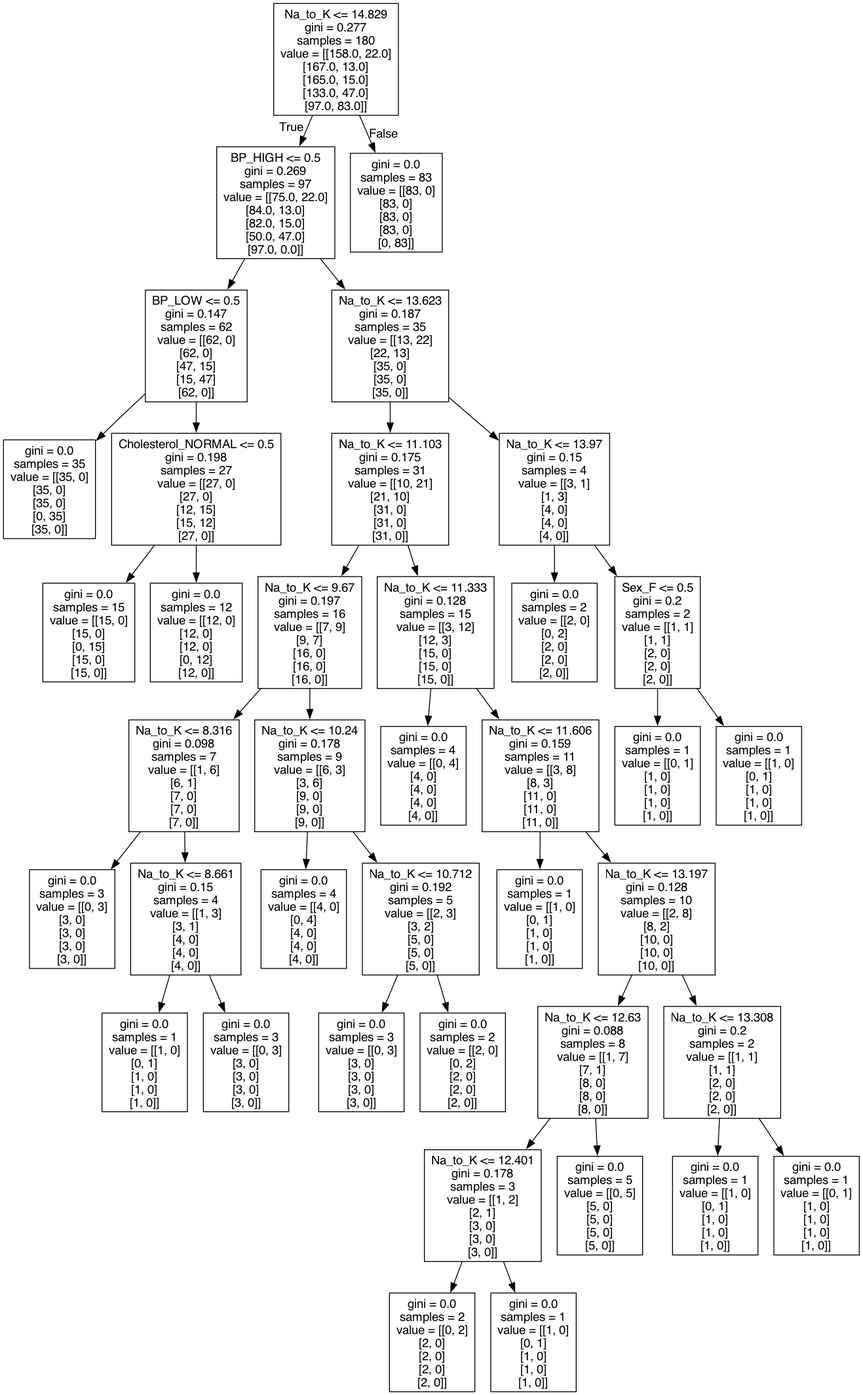
This is Assignment1/tree.png from DeneshwaraSai/IIT-CS484-ML, a Graphviz export, as it was before one commit. Its source is kept beside it as Assignment1/tree.dot.
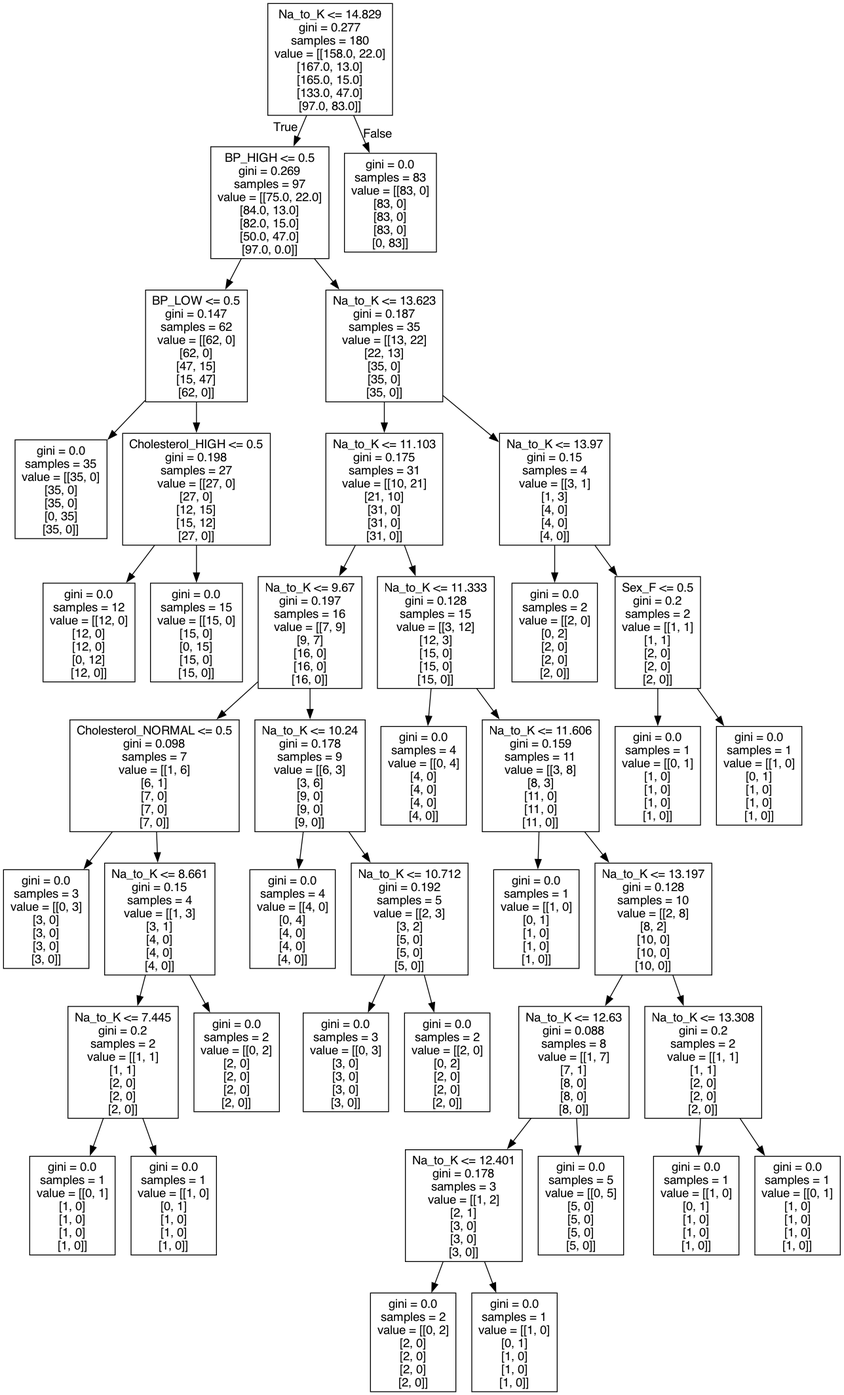
Later version of the same file.

Change to the diagram source:
```diff
@@ -8,11 +8,11 @@
 1 -> 2 ;
 3 [label="gini = 0.0\nsamples = 35\nvalue = [[35, 0]\n[35, 0]\n[35, 0]\n[0, 35]\n[35, 0]]"] ;
 2 -> 3 ;
-4 [label="Cholesterol_NORMAL <= 0.5\ngini = 0.198\nsamples = 27\nvalue = [[27, 0]\n[27, 0]\n[12, 15]\n[15, 12]\n[27, 0]]"] ;
+4 [label="Cholesterol_HIGH <= 0.5\ngini = 0.198\nsamples = 27\nvalue = [[27, 0]\n[27, 0]\n[12, 15]\n[15, 12]\n[27, 0]]"] ;
 2 -> 4 ;
-5 [label="gini = 0.0\nsamples = 15\nvalue = [[15, 0]\n[15, 0]\n[0, 15]\n[15, 0]\n[15, 0]]"] ;
+5 [label="gini = 0.0\nsamples = 12\nvalue = [[12, 0]\n[12, 0]\n[12, 0]\n[0, 12]\n[12, 0]]"] ;
 4 -> 5 ;
-6 [label="gini = 0.0\nsamples = 12\nvalue = [[12, 0]\n[12, 0]\n[12, 0]\n[0, 12]\n[12, 0]]"] ;
+6 [label="gini = 0.0\nsamples = 15\nvalue = [[15, 0]\n[15, 0]\n[0, 15]\n[15, 0]\n[15, 0]]"] ;
 4 -> 6 ;
 7 [label="Na_to_K <= 13.623\ngini = 0.187\nsamples = 35\nvalue = [[13, 22]\n[22, 13]\n[35, 0]\n[35, 0]\n[35, 0]]"] ;
 1 -> 7 ;
@@ -20,62 +20,66 @@
 7 -> 8 ;
 9 [label="Na_to_K <= 9.67\ngini = 0.197\nsamples = 16\nvalue = [[7, 9]\n[9, 7]\n[16, 0]\n[16, 0]\n[16, 0]]"] ;
 8 -> 9 ;
-10 [label="Na_to_K <= 8.316\ngini = 0.098\nsamples = 7\nvalue = [[1, 6]\n[6, 1]\n[7, 0]\n[7, 0]\n[7, 0]]"] ;
+10 [label="Cholesterol_NORMAL <= 0.5\ngini = 0.098\nsamples = 7\nvalue = [[1, 6]\n[6, 1]\n[7, 0]\n[7, 0]\n[7, 0]]"] ;
 9 -> 10 ;
 11 [label="gini = 0.0\nsamples = 3\nvalue = [[0, 3]\n[3, 0]\n[3, 0]\n[3, 0]\n[3, 0]]"] ;
 10 -> 11 ;
 12 [label="Na_to_K <= 8.661\ngini = 0.15\nsamples = 4\nvalue = [[1, 3]\n[3, 1]\n[4, 0]\n[4, 0]\n[4, 0]]"] ;
 10 -> 12 ;
-13 [label="gini = 0.0\nsamples = 1\nvalue = [[1, 0]\n[0, 1]\n[1, 0]\n[1, 0]\n[1, 0]]"] ;
+13 [label="Na_to_K <= 7.445\ngini = 0.2\nsamples = 2\nvalue = [[1, 1]\n[1, 1]\n[2, 0]\n[2, 0]\n[2, 0]]"] ;
 12 -> 13 ;
-14 [label="gini = 0.0\nsamples = 3\nvalue = [[0, 3]\n[3, 0]\n[3, 0]\n[3, 0]\n[3, 0]]"] ;
-12 -> 14 ;
-15 [label="Na_to_K <= 10.24\ngini = 0.178\nsamples = 9\nvalue = [[6, 3]\n[3, 6]\n[9, 0]\n[9, 0]\n[9, 0]]"] ;
-9 -> 15 ;
-16 [label="gini = 0.0\nsamples = 4\nvalue = [[4, 0]\n[0, 4]\n[4, 0]\n[4, 0]\n[4, 0]]"] ;
-15 -> 16 ;
-17 [label="Na_to_K <= 10.712\ngini = 0.192\nsamples = 5\nvalue = [[2, 3]\n[3, 2]\n[5, 0]\n[5, 0]\n[5, 0]]"] ;
-15 -> 17 ;
-18 [label="gini = 0.0\nsamples = 3\nvalue = [[0, 3]\n[3, 0]\n[3, 0]\n[3, 0]\n[3, 0]]"] ;
+14 [label="gini = 0.0\nsamples = 1\nvalue = [[0, 1]\n[1, 0]\n[1, 0]\n[1, 0]\n[1, 0]]"] ;
+13 -> 14 ;
+15 [label="gini = 0.0\nsamples = 1\nvalue = [[1, 0]\n[0, 1]\n[1, 0]\n[1, 0]\n[1, 0]]"] ;
+13 -> 15 ;
+16 [label="gini = 0.0\nsamples = 2\nvalue = [[0, 2]\n[2, 0]\n[2, 0]\n[2, 0]\n[2, 0]]"] ;
+12 -> 16 ;
+17 [label="Na_to_K <= 10.24\ngini = 0.178\nsamples = 9\nvalue = [[6, 3]\n[3, 6]\n[9, 0]\n[9, 0]\n[9, 0]]"] ;
+9 -> 17 ;
+18 [label="gini = 0.0\nsamples = 4\nvalue = [[4, 0]\n[0, 4]\n[4, 0]\n[4, 0]\n[4, 0]]"] ;
 17 -> 18 ;
-19 [label="gini = 0.0\nsamples = 2\nvalue = [[2, 0]\n[0, 2]\n[2, 0]\n[2, 0]\n[2, 0]]"] ;
+19 [label="Na_to_K <= 10.712\ngini = 0.192\nsamples = 5\nvalue = [[2, 3]\n[3, 2]\n[5, 0]\n[5, 0]\n[5, 0]]"] ;
 17 -> 19 ;
-20 [label="Na_to_K <= 11.333\ngini = 0.128\nsamples = 15\nvalue = [[3, 12]\n[12, 3]\n[15, 0]\n[15, 0]\n[15, 0]]"] ;
-8 -> 20 ;
-21 [label="gini = 0.0\nsamples = 4\nvalue = [[0, 4]\n[4, 0]\n[4, 0]\n[4, 0]\n[4, 0]]"] ;
-20 -> 21 ;
-22 [label="Na_to_K <= 11.606\ngini = 0.159\nsamples = 11\nvalue = [[3, 8]\n[8, 3]\n[11, 0]\n[11, 0]\n[11, 0]]"] ;
-20 -> 22 ;
-23 [label="gini = 0.0\nsamples = 1\nvalue = [[1, 0]\n[0, 1]\n[1, 0]\n[1, 0]\n[1, 0]]"] ;
+20 [label="gini = 0.0\nsamples = 3\nvalue = [[0, 3]\n[3, 0]\n[3, 0]\n[3, 0]\n[3, 0]]"] ;
+19 -> 20 ;
+21 [label="gini = 0.0\nsamples = 2\nvalue = [[2, 0]\n[0, 2]\n[2, 0]\n[2, 0]\n[2, 0]]"] ;
+19 -> 21 ;
+22 [label="Na_to_K <= 11.333\ngini = 0.128\nsamples = 15\nvalue = [[3, 12]\n[12, 3]\n[15, 0]\n[15, 0]\n[15, 0]]"] ;
+8 -> 22 ;
+23 [label="gini = 0.0\nsamples = 4\nvalue = [[0, 4]\n[4, 0]\n[4, 0]\n[4, 0]\n[4, 0]]"] ;
 22 -> 23 ;
-24 [label="Na_to_K <= 13.197\ngini = 0.128\nsamples = 10\nvalue = [[2, 8]\n[8, 2]\n[10, 0]\n[10, 0]\n[10, 0]]"] ;
+24 [label="Na_to_K <= 11.606\ngini = 0.159\nsamples = 11\nvalue = [[3, 8]\n[8, 3]\n[11, 0]\n[11, 0]\n[11, 0]]"] ;
 22 -> 24 ;
-25 [label="Na_to_K <= 12.63\ngini = 0.088\nsamples = 8\nvalue = [[1, 7]\n[7, 1]\n[8, 0]\n[8, 0]\n[8, 0]]"] ;
+25 [label="gini = 0.0\nsamples = 1\nvalue = [[1, 0]\n[0, 1]\n[1, 0]\n[1, 0]\n[1, 0]]"] ;
 24 -> 25 ;
-26 [label="Na_to_K <= 12.401\ngini = 0.178\nsamples = 3\nvalue = [[1, 2]\n[2, 1]\n[3, 0]\n[3, 0]\n[3, 0]]"] ;
-25 -> 26 ;
-27 [label="gini = 0.0\nsamples = 2\nvalue = [[0, 2]\n[2, 0]\n[2, 0]\n[2, 0]\n[2, 0]]"] ;
+26 [label="Na_to_K <= 13.197\ngini = 0.128\nsamples = 10\nvalue = [[2, 8]\n[8, 2]\n[10, 0]\n[10, 0]\n[10, 0]]"] ;
+24 -> 26 ;
+27 [label="Na_to_K <= 12.63\ngini = 0.088\nsamples = 8\nvalue = [[1, 7]\n[7, 1]\n[8, 0]\n[8, 0]\n[8, 0]]"] ;
 26 -> 27 ;
-28 [label="gini = 0.0\nsamples = 1\nvalue = [[1, 0]\n[0, 1]\n[1, 0]\n[1, 0]\n[1, 0]]"] ;
-26 -> 28 ;
-29 [label="gini = 0.0\nsamples = 5\nvalue = [[0, 5]\n[5, 0]\n[5, 0]\n[5, 0]\n[5, 0]]"] ;
-25 -> 29 ;
-30 [label="Na_to_K <= 13.308\ngini = 0.2\nsamples = 2\nvalue = [[1, 1]\n[1, 1]\n[2, 0]\n[2, 0]\n[2, 0]]"] ;
-24 -> 30 ;
-31 [label="gini = 0.0\nsamples = 1\nvalue = [[1, 0]\n[0, 1]\n[1, 0]\n[1, 0]\n[1, 0]]"] ;
-30 -> 31 ;
-32 [label="gini = 0.0\nsamples = 1\nvalue = [[0, 1]\n[1, 0]\n[1, 0]\n[1, 0]\n[1, 0]]"] ;
-30 -> 32 ;
-33 [label="Na_to_K <= 13.97\ngini = 0.15\nsamples = 4\nvalue = [[3, 1]\n[1, 3]\n[4, 0]\n[4, 0]\n[4, 0]]"] ;
-7 -> 33 ;
-34 [label="gini = 0.0\nsamples = 2\nvalue = [[2, 0]\n[0, 2]\n[2, 0]\n[2, 0]\n[2, 0]]"] ;
-33 -> 34 ;
-35 [label="Sex_F <= 0.5\ngini = 0.2\nsamples = 2\nvalue = [[1, 1]\n[1, 1]\n[2, 0]\n[2, 0]\n[2, 0]]"] ;
-33 -> 35 ;
-36 [label="gini = 0.0\nsamples = 1\nvalue = [[0, 1]\n[1, 0]\n[1, 0]\n[1, 0]\n[1, 0]]"] ;
+28 [label="Na_to_K <= 12.401\ngini = 0.178\nsamples = 3\nvalue = [[1, 2]\n[2, 1]\n[3, 0]\n[3, 0]\n[3, 0]]"] ;
+27 -> 28 ;
+29 [label="gini = 0.0\nsamples = 2\nvalue = [[0, 2]\n[2, 0]\n[2, 0]\n[2, 0]\n[2, 0]]"] ;
+28 -> 29 ;
+30 [label="gini = 0.0\nsamples = 1\nvalue = [[1, 0]\n[0, 1]\n[1, 0]\n[1, 0]\n[1, 0]]"] ;
+28 -> 30 ;
+31 [label="gini = 0.0\nsamples = 5\nvalue = [[0, 5]\n[5, 0]\n[5, 0]\n[5, 0]\n[5, 0]]"] ;
+27 -> 31 ;
+32 [label="Na_to_K <= 13.308\ngini = 0.2\nsamples = 2\nvalue = [[1, 1]\n[1, 1]\n[2, 0]\n[2, 0]\n[2, 0]]"] ;
+26 -> 32 ;
+33 [label="gini = 0.0\nsamples = 1\nvalue = [[1, 0]\n[0, 1]\n[1, 0]\n[1, 0]\n[1, 0]]"] ;
+32 -> 33 ;
+34 [label="gini = 0.0\nsamples = 1\nvalue = [[0, 1]\n[1, 0]\n[1, 0]\n[1, 0]\n[1, 0]]"] ;
+32 -> 34 ;
+35 [label="Na_to_K <= 13.97\ngini = 0.15\nsamples = 4\nvalue = [[3, 1]\n[1, 3]\n[4, 0]\n[4, 0]\n[4, 0]]"] ;
+7 -> 35 ;
+36 [label="gini = 0.0\nsamples = 2\nvalue = [[2, 0]\n[0, 2]\n[2, 0]\n[2, 0]\n[2, 0]]"] ;
 35 -> 36 ;
-37 [label="gini = 0.0\nsamples = 1\nvalue = [[1, 0]\n[0, 1]\n[1, 0]\n[1, 0]\n[1, 0]]"] ;
+37 [label="Sex_F <= 0.5\ngini = 0.2\nsamples = 2\nvalue = [[1, 1]\n[1, 1]\n[2, 0]\n[2, 0]\n[2, 0]]"] ;
 35 -> 37 ;
-38 [label="gini = 0.0\nsamples = 83\nvalue = [[83, 0]\n[83, 0]\n[83, 0]\n[83, 0]\n[0, 83]]"] ;
-0 -> 38 [labeldistance=2.5, labelangle=-45, headlabel="False"] ;
+38 [label="gini = 0.0\nsamples = 1\nvalue = [[0, 1]\n[1, 0]\n[1, 0]\n[1, 0]\n[1, 0]]"] ;
+37 -> 38 ;
+39 [label="gini = 0.0\nsamples = 1\nvalue = [[1, 0]\n[0, 1]\n[1, 0]\n[1, 0]\n[1, 0]]"] ;
+37 -> 39 ;
+40 [label="gini = 0.0\nsamples = 83\nvalue = [[83, 0]\n[83, 0]\n[83, 0]\n[83, 0]\n[0, 83]]"] ;
+0 -> 40 [labeldistance=2.5, labelangle=-45, headlabel="False"] ;
 }
```
